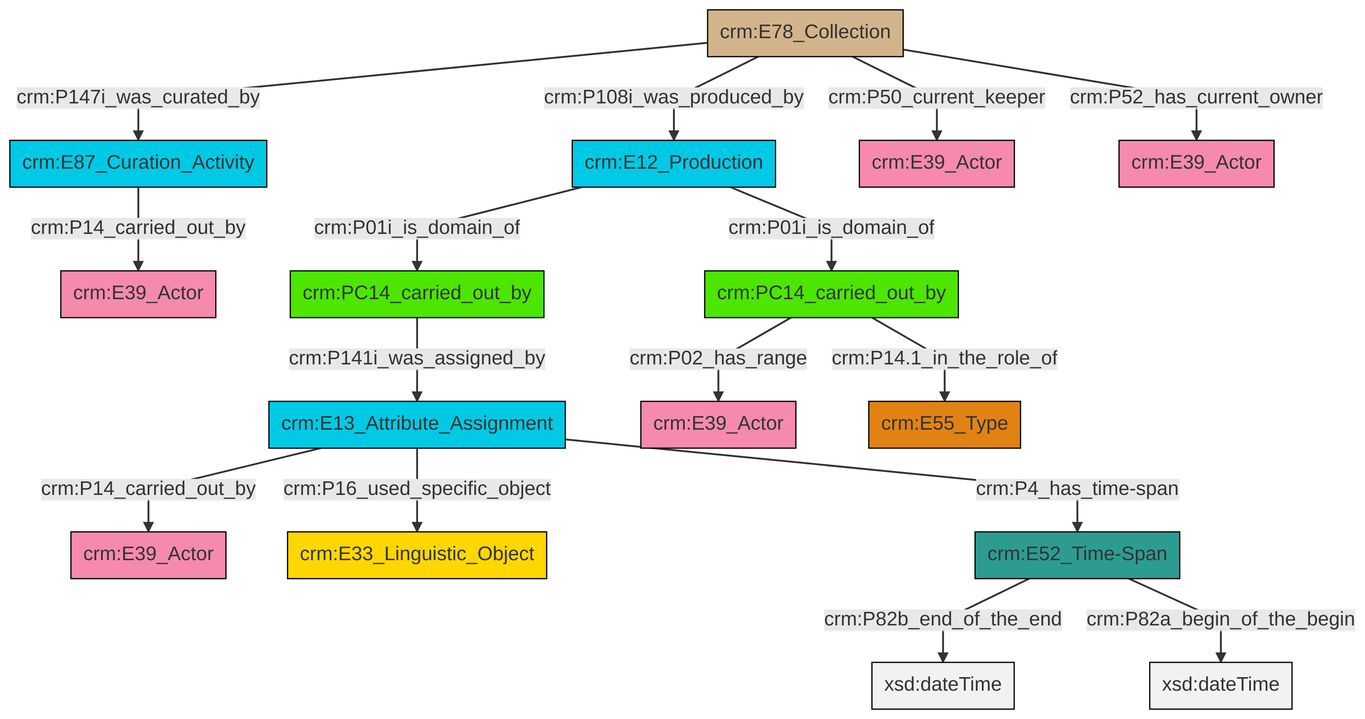
Earlier version of the Mermaid export et/archivalCSV/ttl/mmd/png/archival_relation.png (swiss-art-research-net/docs.swissartresearch). Its source is kept beside it as et/archivalCSV/ttl/mmd/archival_relation.ttl.mmd.
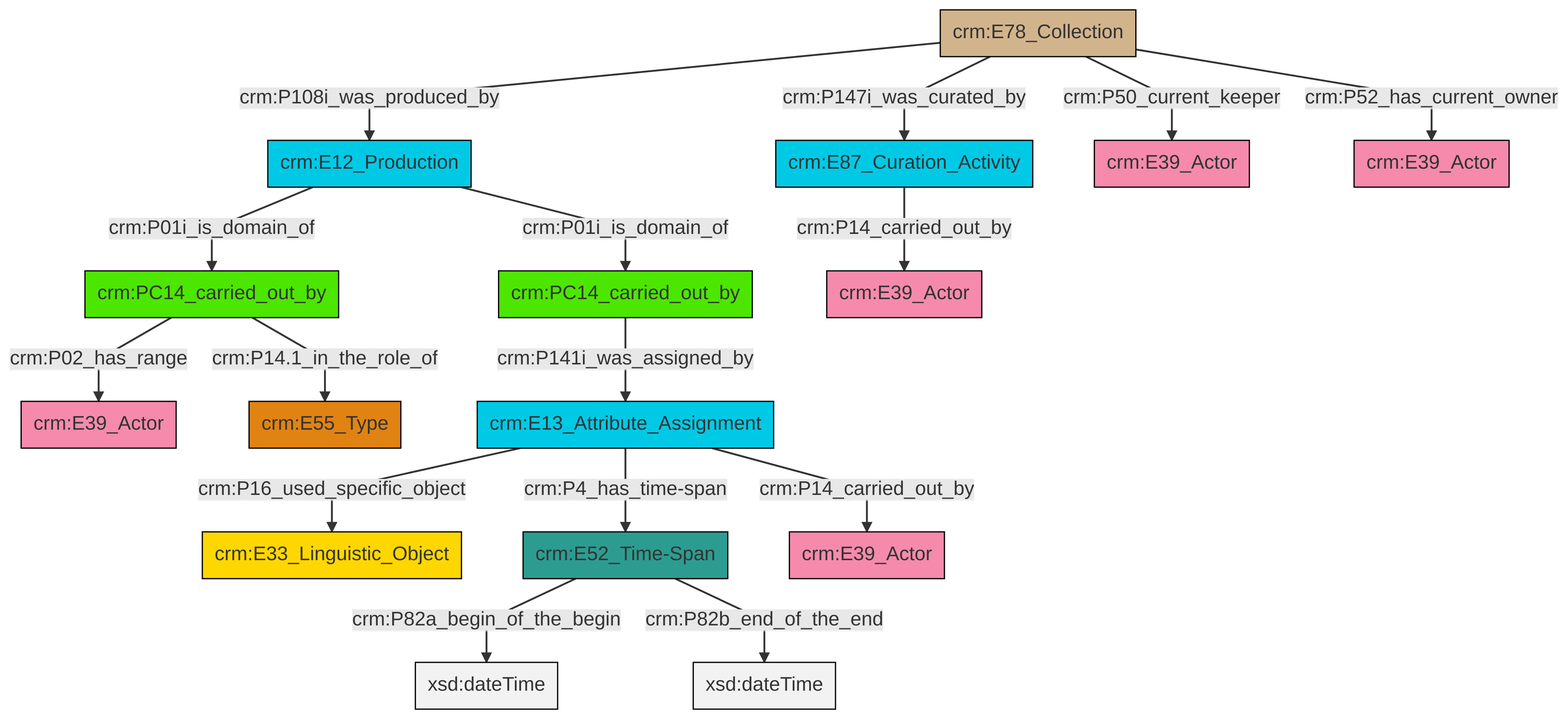
After the change.

The edit, as a diff of the source:
```diff
@@ -13,18 +13,18 @@
 classDef PC_Classes fill:#4ce600, stroke:#000000;
 classDef Multi fill:#cccccc,stroke:#000000;
 
-4["crm:E13_Attribute_Assignment"]:::Temporal_Entity -->|crm:P16_used_specific_object| 5["crm:E33_Linguistic_Object"]:::Conceptual_Object
-6["crm:E87_Curation_Activity"]:::Temporal_Entity -->|crm:P14_carried_out_by| 7["crm:E39_Actor"]:::Actor
-2["crm:E78_Collection"]:::Physical_Thing -->|crm:P147i_was_curated_by| 6["crm:E87_Curation_Activity"]:::Temporal_Entity
-10["crm:E52_Time-Span"]:::Time-Span -->|crm:P82b_end_of_the_end| 11[xsd:dateTime]:::Literal
-2["crm:E78_Collection"]:::Physical_Thing -->|crm:P108i_was_produced_by| 15["crm:E12_Production"]:::Temporal_Entity
-4["crm:E13_Attribute_Assignment"]:::Temporal_Entity -->|crm:P14_carried_out_by| 0["crm:E39_Actor"]:::Actor
-2["crm:E78_Collection"]:::Physical_Thing -->|crm:P52_has_current_owner| 23["crm:E39_Actor"]:::Actor
-21["crm:PC14_carried_out_by"]:::PC_Classes -->|crm:P141i_was_assigned_by| 4["crm:E13_Attribute_Assignment"]:::Temporal_Entity
-4["crm:E13_Attribute_Assignment"]:::Temporal_Entity -->|crm:P4_has_time-span| 10["crm:E52_Time-Span"]:::Time-Span
-10["crm:E52_Time-Span"]:::Time-Span -->|crm:P82a_begin_of_the_begin| 24[xsd:dateTime]:::Literal
-16["crm:PC14_carried_out_by"]:::PC_Classes -->|crm:P02_has_range| 8["crm:E39_Actor"]:::Actor
-2["crm:E78_Collection"]:::Physical_Thing -->|crm:P50_current_keeper| 18["crm:E39_Actor"]:::Actor
-16["crm:PC14_carried_out_by"]:::PC_Classes -->|crm:P14.1_in_the_role_of| 12["crm:E55_Type"]:::Type
-15["crm:E12_Production"]:::Temporal_Entity -->|crm:P01i_is_domain_of| 16["crm:PC14_carried_out_by"]:::PC_Classes
-15["crm:E12_Production"]:::Temporal_Entity -->|crm:P01i_is_domain_of| 21["crm:PC14_carried_out_by"]:::PC_Classes
+0["crm:PC14_carried_out_by"]:::PC_Classes -->|crm:P02_has_range| 1["crm:E39_Actor"]:::Actor
+11["crm:E78_Collection"]:::Physical_Thing -->|crm:P108i_was_produced_by| 12["crm:E12_Production"]:::Temporal_Entity
+12["crm:E12_Production"]:::Temporal_Entity -->|crm:P01i_is_domain_of| 0["crm:PC14_carried_out_by"]:::PC_Classes
+11["crm:E78_Collection"]:::Physical_Thing -->|crm:P147i_was_curated_by| 14["crm:E87_Curation_Activity"]:::Temporal_Entity
+11["crm:E78_Collection"]:::Physical_Thing -->|crm:P50_current_keeper| 15["crm:E39_Actor"]:::Actor
+5["crm:E52_Time-Span"]:::Time-Span -->|crm:P82a_begin_of_the_begin| 16[xsd:dateTime]:::Literal
+0["crm:PC14_carried_out_by"]:::PC_Classes -->|crm:P14.1_in_the_role_of| 19["crm:E55_Type"]:::Type
+5["crm:E52_Time-Span"]:::Time-Span -->|crm:P82b_end_of_the_end| 25[xsd:dateTime]:::Literal
+14["crm:E87_Curation_Activity"]:::Temporal_Entity -->|crm:P14_carried_out_by| 7["crm:E39_Actor"]:::Actor
+12["crm:E12_Production"]:::Temporal_Entity -->|crm:P01i_is_domain_of| 9["crm:PC14_carried_out_by"]:::PC_Classes
+9["crm:PC14_carried_out_by"]:::PC_Classes -->|crm:P141i_was_assigned_by| 3["crm:E13_Attribute_Assignment"]:::Temporal_Entity
+3["crm:E13_Attribute_Assignment"]:::Temporal_Entity -->|crm:P16_used_specific_object| 23["crm:E33_Linguistic_Object"]:::Conceptual_Object
+11["crm:E78_Collection"]:::Physical_Thing -->|crm:P52_has_current_owner| 28["crm:E39_Actor"]:::Actor
+3["crm:E13_Attribute_Assignment"]:::Temporal_Entity -->|crm:P4_has_time-span| 5["crm:E52_Time-Span"]:::Time-Span
+3["crm:E13_Attribute_Assignment"]:::Temporal_Entity -->|crm:P14_carried_out_by| 17["crm:E39_Actor"]:::Actor
```
